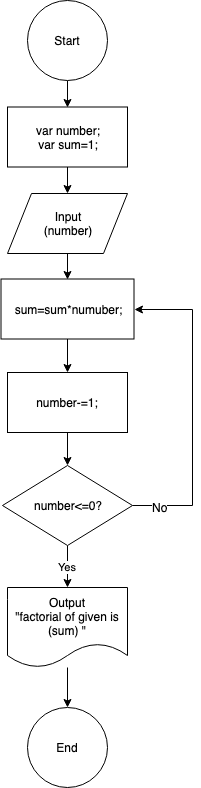
Above: factorial number.png in OguraSatoshi7/FlowChart (draw.io), before the change. Source tidied: cells renumbered, new cells last; positions are measured from the earlier drawing's top-left corner, leaving out a move shared by most shapes.
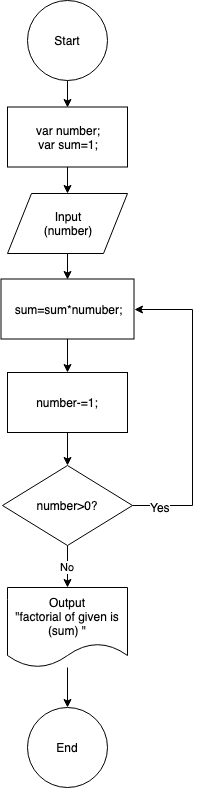
Above is the later version.

The edit, as a diff of the source:
```diff
@@ -40,13 +40,13 @@
         </Array>
       </mxGeometry>
     </mxCell>
-    <mxCell id="13" value="No" style="text;html=1;align=center;verticalAlign=middle;labelBackgroundColor=#ffffff;" parent="12" vertex="1">
+    <mxCell id="13" value="Yes" style="text;html=1;align=center;verticalAlign=middle;labelBackgroundColor=#ffffff;" parent="12" vertex="1">
       <mxGeometry x="-0.83" y="-1" relative="1" as="geometry" />
     </mxCell>
-    <mxCell id="14" value="Yes" style="edgeStyle=orthogonalEdgeStyle;rounded=0;jettySize=auto;html=1;entryX=0.5;entryY=0;entryDx=0;entryDy=0;" parent="1" edge="1" source="15" target="17">
+    <mxCell id="14" value="No" style="edgeStyle=orthogonalEdgeStyle;rounded=0;jettySize=auto;html=1;entryX=0.5;entryY=0;entryDx=0;entryDy=0;" parent="1" edge="1" source="15" target="17">
       <mxGeometry relative="1" as="geometry" />
     </mxCell>
-    <mxCell id="15" value="number&amp;lt;=0?" style="rhombus;whiteSpace=wrap;html=1;" parent="1" vertex="1">
+    <mxCell id="15" value="number&amp;gt;0?" style="rhombus;whiteSpace=wrap;html=1;" parent="1" vertex="1">
       <mxGeometry x="2" y="465" width="130" height="80" as="geometry" />
     </mxCell>
     <mxCell id="16" style="edgeStyle=orthogonalEdgeStyle;rounded=0;jettySize=auto;html=1;entryX=0.5;entryY=0;entryDx=0;entryDy=0;" parent="1" edge="1" source="17" target="18">
```
